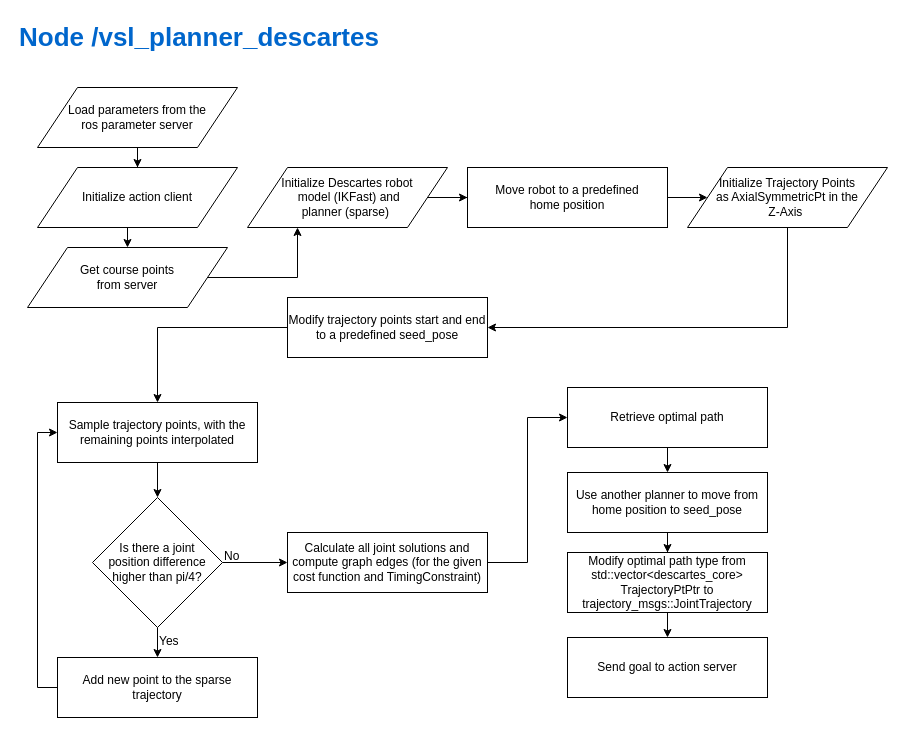
Earlier version of the draw.io diagram pictures/vsl_planner_descartes_flow_chart.drawio (andreflorindo/vsl). Source tidied: cells renumbered, new cells numbered last; positions are measured from the earlier drawing's top-left corner, leaving out a move shared by most shapes. Both pictures are drawn from the tidied source at 100%, with x=0, y=0 at pixel (17, 17).
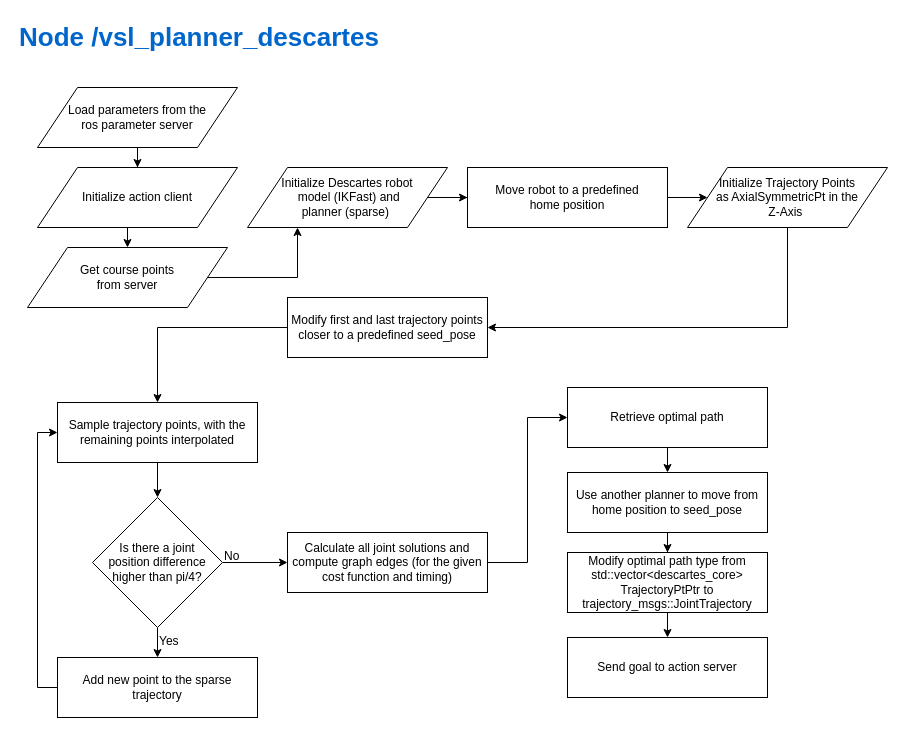
Above is the later version.

Commit message (it also covers changes not shown here):
Add flow chart

Diff of the diagram source:
```diff
@@
-    <mxCell id="16" value="Modify trajectory points start and end to a predefined seed_pose" style="rounded=0;whiteSpace=wrap;html=1;" parent="1" vertex="1">
+    <mxCell id="16" value="Modify first and last trajectory points closer to a predefined seed_pose" style="rounded=0;whiteSpace=wrap;html=1;" parent="1" vertex="1">
       <mxGeometry x="270" y="280" width="200" height="60" as="geometry" />
     </mxCell>
@@
-    <mxCell id="25" value="Calculate all joint solutions and compute graph edges (for the given cost function and TimingConstraint)" style="rounded=0;whiteSpace=wrap;html=1;" parent="1" vertex="1">
+    <mxCell id="25" value="Calculate all joint solutions and compute graph edges (for the given cost function and timing)" style="rounded=0;whiteSpace=wrap;html=1;" parent="1" vertex="1">
       <mxGeometry x="270" y="515" width="200" height="60" as="geometry" />
     </mxCell>
```
